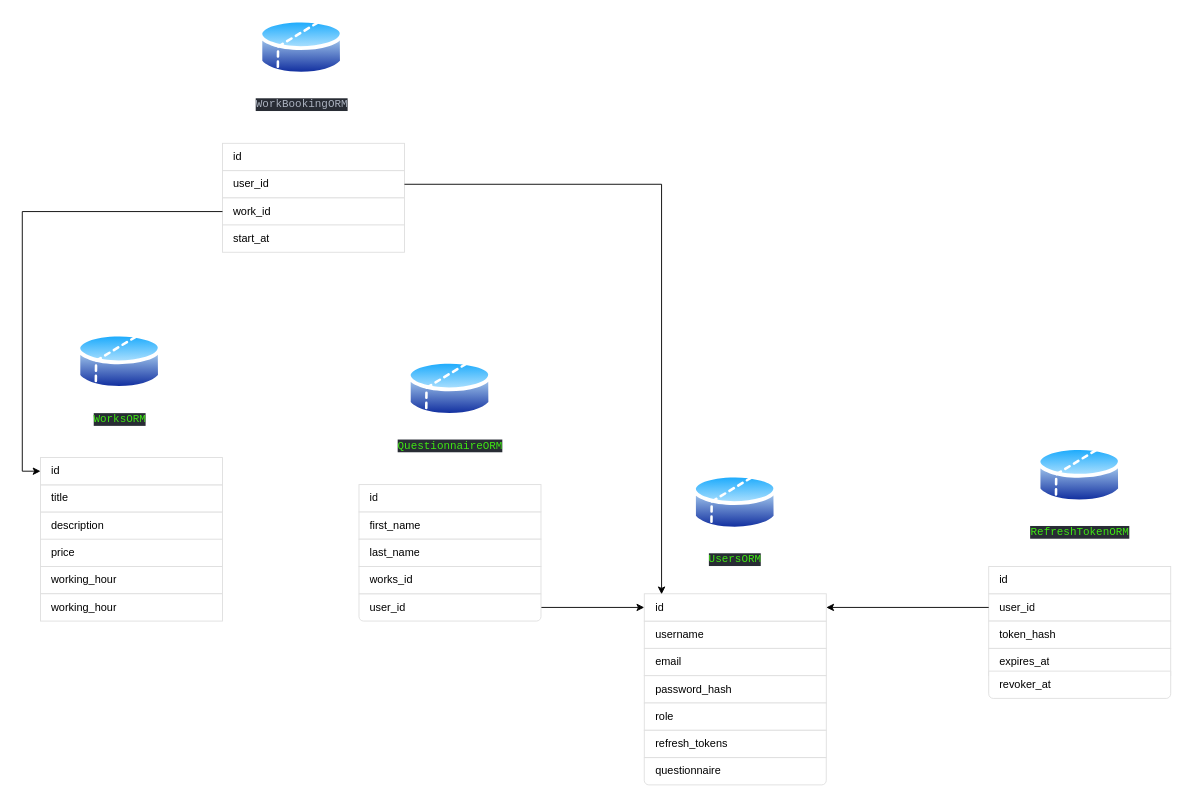
Earlier version of the draw.io diagram docs/database/schem.drawio (veellimir/Home-Helper_Service). Source tidied: cells renumbered, new cells numbered last; positions are measured from the earlier drawing's top-left corner, leaving out a move shared by most shapes. Both pictures are drawn from the tidied source at 91%, with x=0, y=0 at pixel (40, 15).
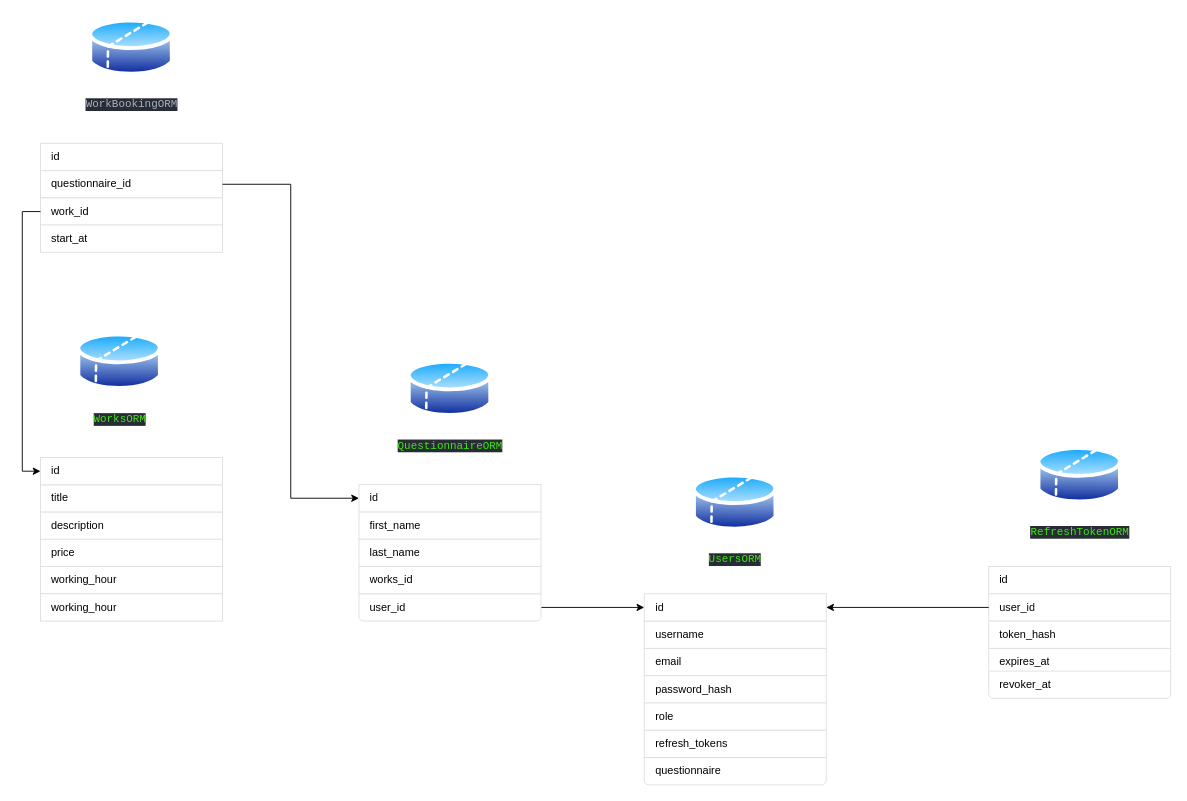
The same diagram, later.

Unchanged cells that the change refers to:
```xml
<mxCell id="12" value="id" style="text;strokeColor=#DFDFDF;fillColor=#FFFFFF;align=left;verticalAlign=middle;spacingLeft=10;spacingRight=10;overflow=hidden;points=[[0,0.5],[1,0.5]];portConstraint=eastwest;whiteSpace=wrap;html=1;rSize=5;fontColor=#000000;" parent="1" vertex="1">
  <mxGeometry x="663.5" y="635" width="200" height="30" as="geometry" />
</mxCell>
<mxCell id="25" value="id" style="text;strokeColor=#DFDFDF;fillColor=#FFFFFF;align=left;verticalAlign=middle;spacingLeft=10;spacingRight=10;overflow=hidden;points=[[0,0.5],[1,0.5]];portConstraint=eastwest;whiteSpace=wrap;html=1;rSize=5;fontColor=#000000;" parent="1" vertex="1">
  <mxGeometry x="350" y="515" width="200" height="30" as="geometry" />
</mxCell>
```

Diff of the diagram source:
```diff
@@
     <mxCell id="35" value="&lt;div style=&quot;background-color:#282c34;color:#abb2bf&quot;&gt;&lt;pre style=&quot;font-family:'JetBrains Mono',monospace;font-size:12,8pt;&quot;&gt;&lt;pre style=&quot;font-family:'JetBrains Mono',monospace;font-size:12,8pt;&quot;&gt;&lt;span class=&quot;ͼ10&quot;&gt;WorkBookingORM&lt;/span&gt;&lt;/pre&gt;&lt;/pre&gt;&lt;/div&gt;" style="image;perimeter=ellipsePerimeter;html=1;align=center;shadow=0;dashed=0;spacingTop=3;image=img/lib/active_directory/database_partition_2.svg;" parent="1" vertex="1">
-      <mxGeometry x="240" width="93.8" height="69.4" as="geometry" />
+      <mxGeometry x="53.1" width="93.8" height="69.4" as="geometry" />
     </mxCell>
     <mxCell id="36" style="swimlane;fontStyle=0;horizontal=1;startSize=0;whiteSpace=wrap;html=1;strokeColor=none;fillColor=none;" parent="1" vertex="1">
-      <mxGeometry x="200" y="170" width="200" height="60" as="geometry" />
+      <mxGeometry y="170" width="200" height="60" as="geometry" />
     </mxCell>
-    <mxCell id="37" value="user_id" style="text;strokeColor=#DFDFDF;fillColor=#FFFFFF;align=left;verticalAlign=middle;spacingLeft=10;spacingRight=10;overflow=hidden;points=[[0,0.5],[1,0.5]];portConstraint=eastwest;whiteSpace=wrap;html=1;rSize=5;fontColor=#000000;" parent="36" vertex="1">
+    <mxCell id="37" value="questionnaire_id" style="text;strokeColor=#DFDFDF;fillColor=#FFFFFF;align=left;verticalAlign=middle;spacingLeft=10;spacingRight=10;overflow=hidden;points=[[0,0.5],[1,0.5]];portConstraint=eastwest;whiteSpace=wrap;html=1;rSize=5;fontColor=#000000;" parent="36" vertex="1">
       <mxGeometry width="200" height="30" as="geometry" />
     </mxCell>
@@
     <mxCell id="39" value="id" style="text;strokeColor=#DFDFDF;fillColor=#FFFFFF;align=left;verticalAlign=middle;spacingLeft=10;spacingRight=10;overflow=hidden;whiteSpace=wrap;html=1;rSize=5;fontColor=#000000;" parent="1" vertex="1">
-      <mxGeometry x="200" y="140" width="200" height="30" as="geometry" />
+      <mxGeometry y="140" width="200" height="30" as="geometry" />
     </mxCell>
     <mxCell id="40" value="start_at" style="text;strokeColor=#DFDFDF;fillColor=#FFFFFF;align=left;verticalAlign=middle;spacingLeft=10;spacingRight=10;overflow=hidden;whiteSpace=wrap;html=1;rSize=5;fontColor=#000000;" parent="1" vertex="1">
-      <mxGeometry x="200" y="229.7" width="200" height="30" as="geometry" />
+      <mxGeometry y="229.7" width="200" height="30" as="geometry" />
     </mxCell>
@@
-    <mxCell id="42" style="edgeStyle=orthogonalEdgeStyle;rounded=0;jettySize=auto;html=1;entryX=0.095;entryY=0.018;entryDx=0;entryDy=0;entryPerimeter=0;" parent="1" edge="1" source="37" target="12">
-      <mxGeometry relative="1" as="geometry" />
-    </mxCell>
+    <mxCell id="43" style="edgeStyle=orthogonalEdgeStyle;rounded=0;jettySize=auto;html=1;entryX=0;entryY=0.5;entryDx=0;entryDy=0;" parent="1" edge="1" source="37" target="25">
+      <mxGeometry relative="1" as="geometry" />
+    </mxCell>
```
